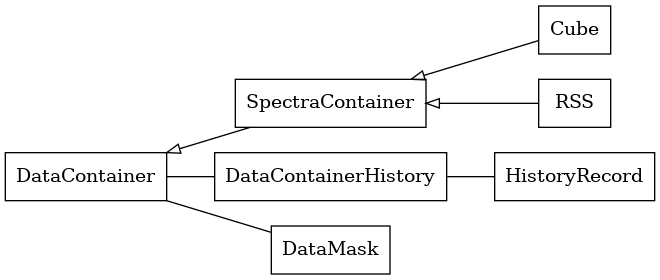
This is docs/graphviz/dc.png from pykoala/pykoala, a Graphviz export, as it was before one commit. Its source is kept beside it as docs/graphviz/dc.dot. The source it was exported from:
```dot
digraph "classes" {
rankdir=RL
charset="utf-8"
"pykoala.data_container.Cube" [color="black", fontcolor="black", label=<Cube>, shape="record", style="solid"];
"pykoala.data_container.DataContainer" [color="black", fontcolor="black", label=<DataContainer>, shape="record", style="solid"];
"pykoala.data_container.DataContainerHistory" [color="black", fontcolor="black", label=<DataContainerHistory>, shape="record", style="solid"];
"pykoala.data_container.DataMask" [color="black", fontcolor="black", label=<DataMask>, shape="record", style="solid"];
"pykoala.data_container.HistoryRecord" [color="black", fontcolor="black", label=<HistoryRecord>, shape="record", style="solid"];
"pykoala.data_container.RSS" [color="black", fontcolor="black", label=<RSS>, shape="record", style="solid"];
"pykoala.data_container.SpectraContainer" [color="black", fontcolor="black", label=<SpectraContainer>, shape="record", style="solid"];
"pykoala.data_container.Cube" -> "pykoala.data_container.SpectraContainer" [arrowhead="empty", arrowtail="none"];
"pykoala.data_container.RSS" -> "pykoala.data_container.SpectraContainer" [arrowhead="empty", arrowtail="none"];
"pykoala.data_container.SpectraContainer" -> "pykoala.data_container.DataContainer" [arrowhead="empty", arrowtail="none"];
"pykoala.data_container.DataMask" -> "pykoala.data_container.DataContainer" [arrowhead="none", arrowtail="none"];
"pykoala.data_container.DataContainerHistory" -> "pykoala.data_container.DataContainer" [arrowhead="none", arrowtail="none"];
"pykoala.data_container.HistoryRecord" -> "pykoala.data_container.DataContainerHistory" [arrowhead="none", arrowtail="none"];


}
```
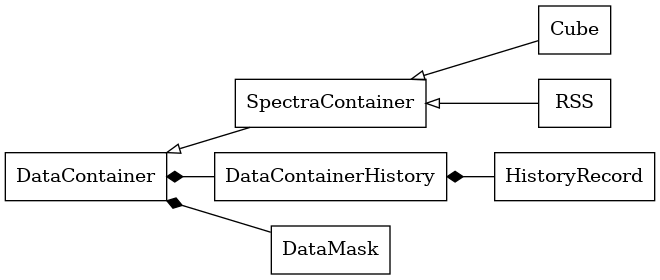
Above is the later version.

The edit, as a diff of the source:
```diff
@@ -11,9 +11,9 @@
 "pykoala.data_container.Cube" -> "pykoala.data_container.SpectraContainer" [arrowhead="empty", arrowtail="none"];
 "pykoala.data_container.RSS" -> "pykoala.data_container.SpectraContainer" [arrowhead="empty", arrowtail="none"];
 "pykoala.data_container.SpectraContainer" -> "pykoala.data_container.DataContainer" [arrowhead="empty", arrowtail="none"];
-"pykoala.data_container.DataMask" -> "pykoala.data_container.DataContainer" [arrowhead="none", arrowtail="none"];
-"pykoala.data_container.DataContainerHistory" -> "pykoala.data_container.DataContainer" [arrowhead="none", arrowtail="none"];
-"pykoala.data_container.HistoryRecord" -> "pykoala.data_container.DataContainerHistory" [arrowhead="none", arrowtail="none"];
+"pykoala.data_container.DataMask" -> "pykoala.data_container.DataContainer" [arrowhead="diamond", arrowtail="none"];
+"pykoala.data_container.DataContainerHistory" -> "pykoala.data_container.DataContainer" [arrowhead="diamond", arrowtail="none"];
+"pykoala.data_container.HistoryRecord" -> "pykoala.data_container.DataContainerHistory" [arrowhead="diamond", arrowtail="none"];
 
 
 }
```
